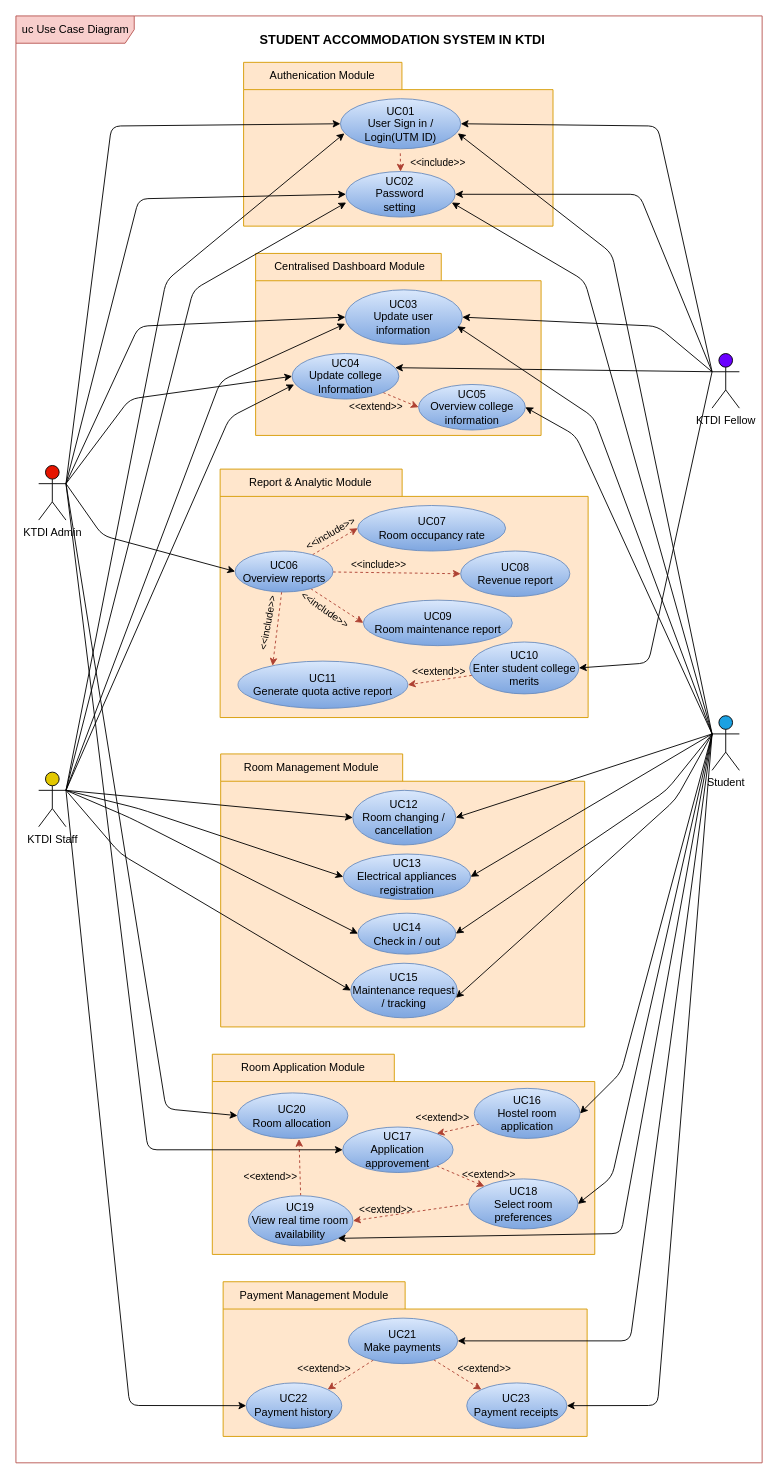
drshahizan/software-engineering keeps this draw.io diagram as page "use_case" (1 of 3) of project/drawio/stakeholder/UML.drawio. Above is the earlier version. Source tidied: cells renumbered, new cells numbered last; positions are measured from the earlier drawing's top-left corner, leaving out a move shared by most shapes. Both pictures are drawn from the tidied source at 91%, with x=0, y=0 at pixel (15, 15).
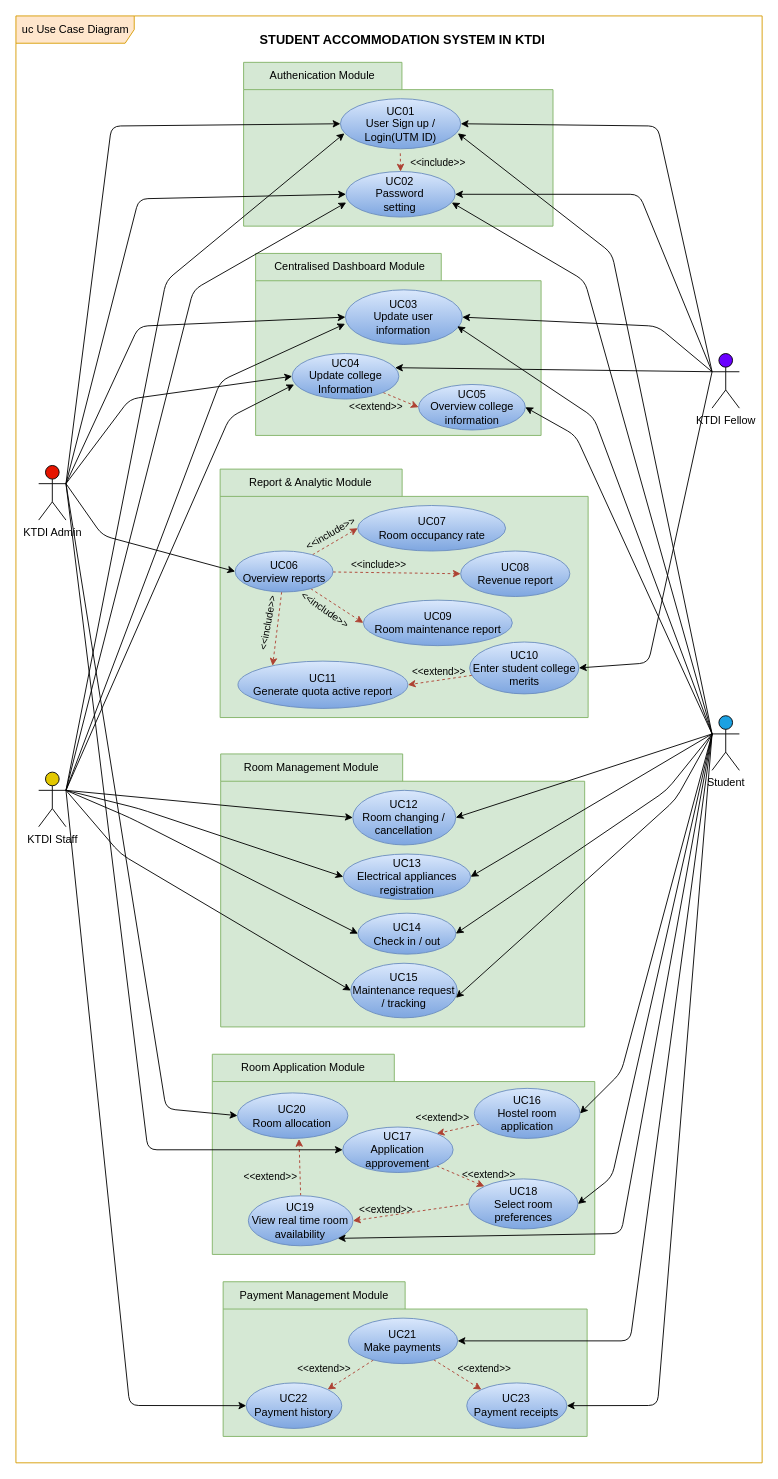
Above is the later version.

Diff of the diagram source:
```diff
@@
-    <mxCell id="2" value="uc Use Case Diagram" style="shape=umlFrame;whiteSpace=wrap;html=1;width=130;height=30;boundedLbl=1;verticalAlign=middle;align=left;spacingLeft=5;fillColor=#f8cecc;strokeColor=#b85450;" parent="1" vertex="1">
+    <mxCell id="2" value="uc Use Case Diagram" style="shape=umlFrame;whiteSpace=wrap;html=1;width=130;height=30;boundedLbl=1;verticalAlign=middle;align=left;spacingLeft=5;fillColor=#ffe6cc;strokeColor=#d79b00;" parent="1" vertex="1">
       <mxGeometry width="820" height="1590" as="geometry" />
     </mxCell>
-    <mxCell id="3" style="shape=folder;fontStyle=1;tabWidth=200;tabHeight=30;tabPosition=left;html=1;boundedLbl=1;fillColor=#ffe6cc;strokeColor=#d79b00;" parent="1" vertex="1">
+    <mxCell id="3" style="shape=folder;fontStyle=1;tabWidth=200;tabHeight=30;tabPosition=left;html=1;boundedLbl=1;fillColor=#d5e8d4;strokeColor=#82b366;" parent="1" vertex="1">
       <mxGeometry x="224.4" y="498" width="404.4" height="273" as="geometry" />
     </mxCell>
@@
-    <mxCell id="8" style="shape=folder;fontStyle=1;tabWidth=174;tabHeight=30;tabPosition=left;html=1;boundedLbl=1;fillColor=#ffe6cc;strokeColor=#d79b00;" parent="1" vertex="1">
+    <mxCell id="8" style="shape=folder;fontStyle=1;tabWidth=174;tabHeight=30;tabPosition=left;html=1;boundedLbl=1;fillColor=#d5e8d4;strokeColor=#82b366;" parent="1" vertex="1">
       <mxGeometry x="250.2" y="51" width="340" height="180" as="geometry" />
     </mxCell>
-    <mxCell id="9" value="UC01&lt;br&gt;User Sign in / Login(UTM ID)" style="ellipse;whiteSpace=wrap;html=1;fillColor=#dae8fc;strokeColor=#6c8ebf;gradientColor=#7ea6e0;" parent="8" vertex="1">
+    <mxCell id="9" value="UC01&lt;br&gt;User Sign up / Login(UTM ID)" style="ellipse;whiteSpace=wrap;html=1;fillColor=#dae8fc;strokeColor=#6c8ebf;gradientColor=#7ea6e0;" parent="8" vertex="1">
       <mxGeometry x="106.4" y="40" width="132.2" height="55" as="geometry" />
     </mxCell>
@@
-    <mxCell id="13" style="shape=folder;fontStyle=1;tabWidth=200;tabHeight=30;tabPosition=left;html=1;boundedLbl=1;fillColor=#ffe6cc;strokeColor=#d79b00;" parent="1" vertex="1">
+    <mxCell id="13" style="shape=folder;fontStyle=1;tabWidth=200;tabHeight=30;tabPosition=left;html=1;boundedLbl=1;fillColor=#d5e8d4;strokeColor=#82b366;" parent="1" vertex="1">
       <mxGeometry x="225" y="811" width="400" height="300" as="geometry" />
     </mxCell>
@@
-    <mxCell id="15" style="shape=folder;fontStyle=1;tabWidth=200;tabHeight=30;tabPosition=left;html=1;boundedLbl=1;fillColor=#ffe6cc;strokeColor=#d79b00;" parent="1" vertex="1">
+    <mxCell id="15" style="shape=folder;fontStyle=1;tabWidth=200;tabHeight=30;tabPosition=left;html=1;boundedLbl=1;fillColor=#d5e8d4;strokeColor=#82b366;" parent="1" vertex="1">
       <mxGeometry x="227.7" y="1391" width="400" height="170" as="geometry" />
     </mxCell>
@@
-    <mxCell id="53" style="shape=folder;fontStyle=1;tabWidth=204;tabHeight=30;tabPosition=left;html=1;boundedLbl=1;fillColor=#ffe6cc;strokeColor=#d79b00;" parent="1" vertex="1">
+    <mxCell id="53" style="shape=folder;fontStyle=1;tabWidth=204;tabHeight=30;tabPosition=left;html=1;boundedLbl=1;fillColor=#d5e8d4;strokeColor=#82b366;" parent="1" vertex="1">
       <mxGeometry x="263.4" y="261" width="313.7" height="200" as="geometry" />
     </mxCell>
@@
-    <mxCell id="68" style="shape=folder;fontStyle=1;tabWidth=200;tabHeight=30;tabPosition=left;html=1;boundedLbl=1;fillColor=#ffe6cc;strokeColor=#d79b00;" parent="1" vertex="1">
+    <mxCell id="68" style="shape=folder;fontStyle=1;tabWidth=200;tabHeight=30;tabPosition=left;html=1;boundedLbl=1;fillColor=#d5e8d4;strokeColor=#82b366;" parent="1" vertex="1">
       <mxGeometry x="215.8" y="1141" width="420.3" height="220" as="geometry" />
     </mxCell>
```
